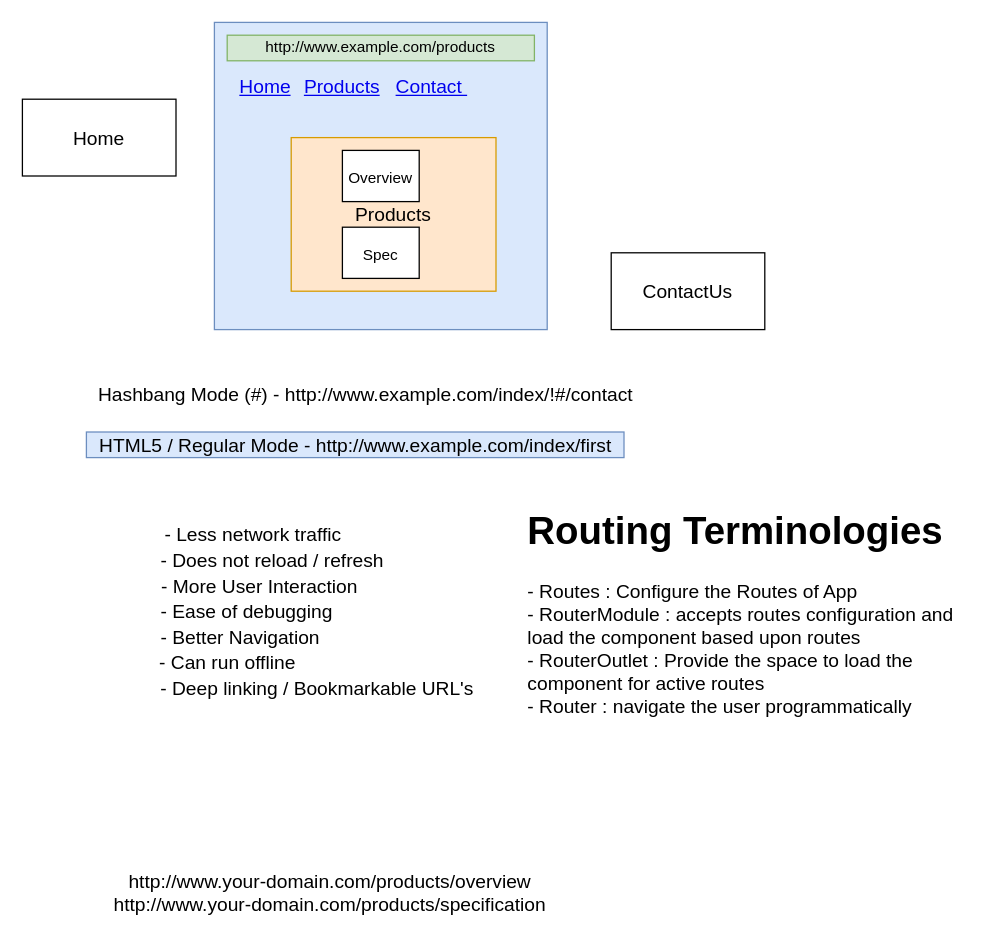
Earlier version of the draw.io diagram page "Page-12" (12 of 12) of diagrams.drawio (synergy2411/genpact-dec21). Source tidied: cells renumbered, new cells numbered last; positions are measured from the earlier drawing's top-left corner, leaving out a move shared by most shapes. Both pictures are drawn from the tidied source at 128%, with x=0, y=0 at pixel (22, 22).
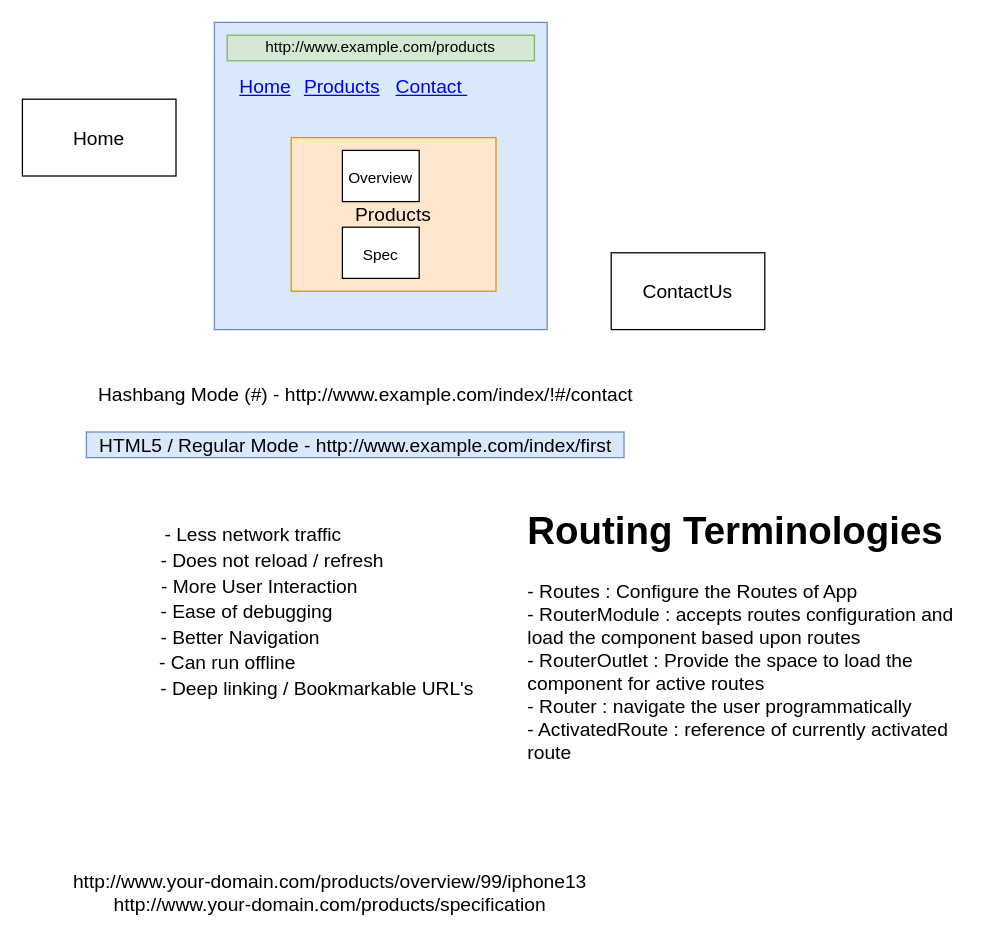
Above is the later version.

Diff of the diagram source:
```diff
@@
-    <mxCell id="19" value="&lt;h1&gt;Routing Terminologies&lt;/h1&gt;&lt;div&gt;- Routes : Configure the Routes of App&lt;/div&gt;&lt;div&gt;- RouterModule : accepts routes configuration and load the component based upon routes&lt;/div&gt;&lt;div&gt;- RouterOutlet : Provide the space to load the component for active routes&lt;/div&gt;&lt;div&gt;- Router : navigate the user programmatically&lt;b&gt;&amp;nbsp;&lt;/b&gt;&lt;/div&gt;" style="text;html=1;strokeColor=none;fillColor=none;spacing=5;spacingTop=-20;whiteSpace=wrap;overflow=hidden;rounded=0;fontSize=15;" parent="1" vertex="1">
+    <mxCell id="19" value="&lt;h1&gt;Routing Terminologies&lt;/h1&gt;&lt;div&gt;- Routes : Configure the Routes of App&lt;/div&gt;&lt;div&gt;- RouterModule : accepts routes configuration and load the component based upon routes&lt;/div&gt;&lt;div&gt;- RouterOutlet : Provide the space to load the component for active routes&lt;/div&gt;&lt;div&gt;- Router : navigate the user programmatically&lt;b&gt;&amp;nbsp;&lt;/b&gt;&lt;/div&gt;&lt;div&gt;- ActivatedRoute : reference of currently activated route&lt;/div&gt;" style="text;html=1;strokeColor=none;fillColor=none;spacing=5;spacingTop=-20;whiteSpace=wrap;overflow=hidden;rounded=0;fontSize=15;" parent="1" vertex="1">
       <mxGeometry x="390" y="370" width="350" height="260" as="geometry" />
     </mxCell>
-    <mxCell id="20" value="http://www.your-domain.com/products/overview&lt;br&gt;http://www.your-domain.com/products/specification" style="text;html=1;align=center;verticalAlign=middle;strokeColor=none;fillColor=none;fontSize=15;" parent="1" vertex="1">
-      <mxGeometry x="65" y="660" width="350" height="40" as="geometry" />
+    <mxCell id="20" value="http://www.your-domain.com/products/overview/99/iphone13&lt;br&gt;http://www.your-domain.com/products/specification" style="text;html=1;align=center;verticalAlign=middle;strokeColor=none;fillColor=none;fontSize=15;" parent="1" vertex="1">
+      <mxGeometry x="30" y="660" width="420" height="40" as="geometry" />
     </mxCell>
```
